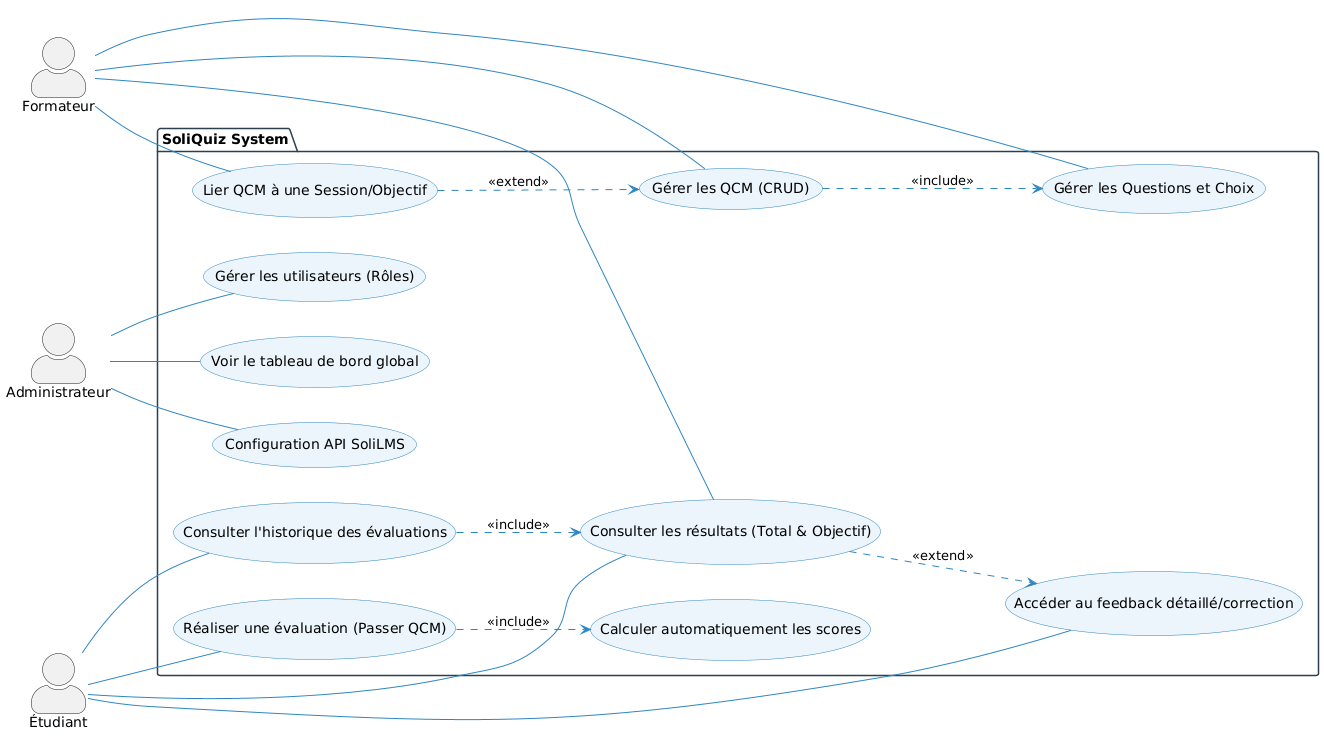
This is images/cas-utilisation-global.png from SoliQuiz/Rapport, a PlantUML export, as it was before one commit.
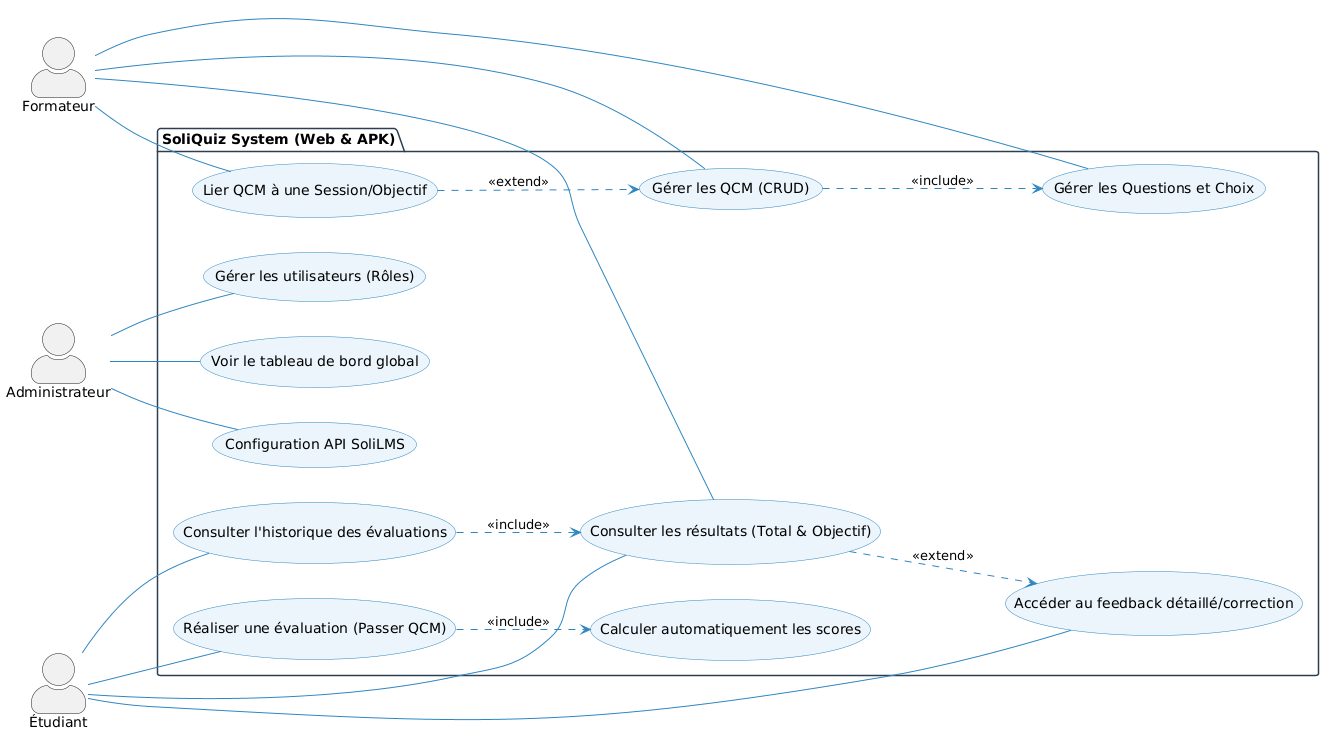
The same diagram one commit later.

Commit message:
feat: Add use case diagrams for global, sprint 1 MVP, and sprint 2 progress.

What changed in the source:
```diff
@@ -13,7 +13,7 @@
 actor "Administrateur" as A
 actor "Formateur" as F
 actor "Étudiant" as E
-package "SoliQuiz System" {
+package "SoliQuiz System (Web & APK)" {
     usecase "Gérer les utilisateurs (Rôles)" as UC9
     usecase "Voir le tableau de bord global" as UC10
     usecase "Configuration API SoliLMS" as UC11
```
